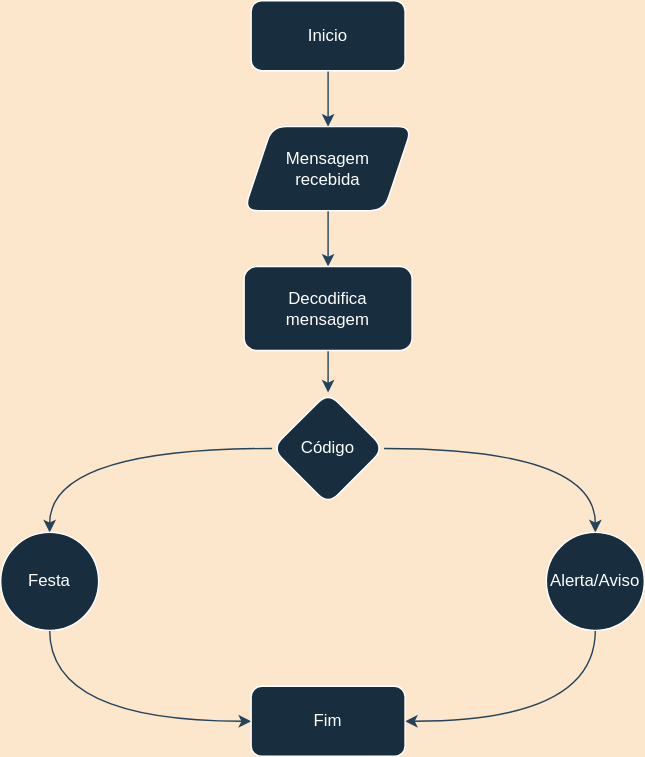
Before: 2022.2/smart_bangle/alg_sem_fio.drawio.svg, a diagram exported from draw.io (teaching-FEEC/ea075). Source tidied: cells renumbered, new cells last; positions are measured from the earlier drawing's top-left corner, leaving out a move shared by most shapes.
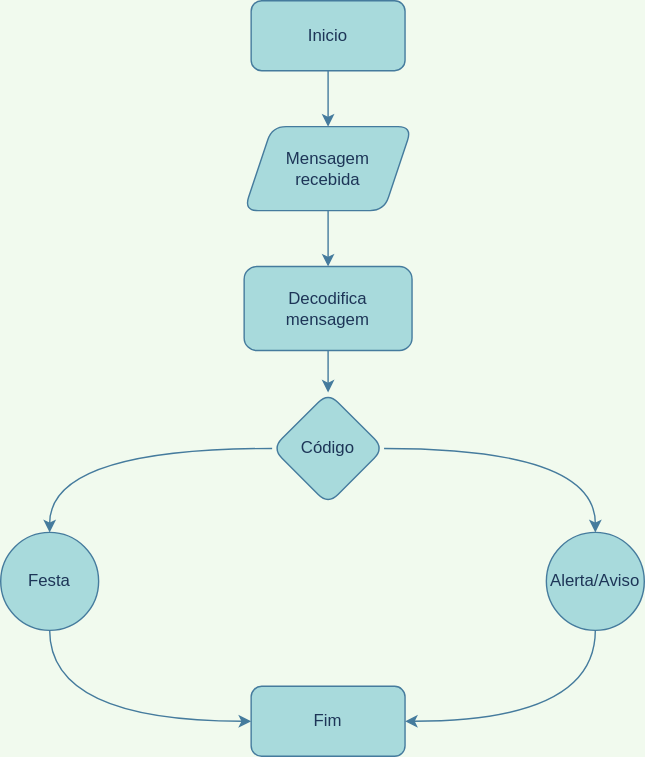
The same diagram one commit later.

Change to the diagram source:
```diff
@@ -1,55 +1,55 @@
-<mxGraphModel background="#FCE7CD">
+<mxGraphModel background="#F1FAEE">
   <root>
     <mxCell id="0" />
     <mxCell id="1" parent="0" />
-    <mxCell id="2" style="edgeStyle=orthogonalEdgeStyle;rounded=1;jettySize=auto;html=1;entryX=0.5;entryY=0;entryDx=0;entryDy=0;strokeColor=#23445D;curved=1;labelBackgroundColor=#FCE7CD;" parent="1" edge="1" source="3" target="5">
+    <mxCell id="2" style="edgeStyle=orthogonalEdgeStyle;rounded=1;jettySize=auto;html=1;entryX=0.5;entryY=0;entryDx=0;entryDy=0;strokeColor=#457B9D;curved=1;labelBackgroundColor=#F1FAEE;fontColor=#1D3557;" parent="1" edge="1" source="3" target="5">
       <mxGeometry relative="1" as="geometry" />
     </mxCell>
-    <mxCell id="3" value="Inicio" style="rounded=1;whiteSpace=wrap;html=1;fillColor=#182E3E;strokeColor=#FFFFFF;fontColor=#FFFFFF;" parent="1" vertex="1">
+    <mxCell id="3" value="Inicio" style="rounded=1;whiteSpace=wrap;html=1;fillColor=#A8DADC;strokeColor=#457B9D;fontColor=#1D3557;" parent="1" vertex="1">
       <mxGeometry x="179" width="110" height="50" as="geometry" />
     </mxCell>
-    <mxCell id="4" style="edgeStyle=orthogonalEdgeStyle;rounded=1;jettySize=auto;html=1;entryX=0.5;entryY=0;entryDx=0;entryDy=0;strokeColor=#23445D;curved=1;labelBackgroundColor=#FCE7CD;" parent="1" edge="1" source="5" target="7">
+    <mxCell id="4" style="edgeStyle=orthogonalEdgeStyle;rounded=1;jettySize=auto;html=1;entryX=0.5;entryY=0;entryDx=0;entryDy=0;strokeColor=#457B9D;curved=1;labelBackgroundColor=#F1FAEE;fontColor=#1D3557;" parent="1" edge="1" source="5" target="7">
       <mxGeometry relative="1" as="geometry" />
     </mxCell>
-    <mxCell id="5" value="Mensagem &lt;br&gt;recebida" style="shape=parallelogram;perimeter=parallelogramPerimeter;whiteSpace=wrap;html=1;fixedSize=1;fillColor=#182E3E;strokeColor=#FFFFFF;fontColor=#FFFFFF;rounded=1;" parent="1" vertex="1">
+    <mxCell id="5" value="Mensagem &lt;br&gt;recebida" style="shape=parallelogram;perimeter=parallelogramPerimeter;whiteSpace=wrap;html=1;fixedSize=1;fillColor=#A8DADC;strokeColor=#457B9D;fontColor=#1D3557;rounded=1;" parent="1" vertex="1">
       <mxGeometry x="174" y="90" width="120" height="60" as="geometry" />
     </mxCell>
-    <mxCell id="6" style="edgeStyle=orthogonalEdgeStyle;rounded=1;jettySize=auto;html=1;entryX=0.5;entryY=0;entryDx=0;entryDy=0;strokeColor=#23445D;curved=1;labelBackgroundColor=#FCE7CD;" parent="1" edge="1" source="7" target="10">
+    <mxCell id="6" style="edgeStyle=orthogonalEdgeStyle;rounded=1;jettySize=auto;html=1;entryX=0.5;entryY=0;entryDx=0;entryDy=0;strokeColor=#457B9D;curved=1;labelBackgroundColor=#F1FAEE;fontColor=#1D3557;" parent="1" edge="1" source="7" target="10">
       <mxGeometry relative="1" as="geometry" />
     </mxCell>
-    <mxCell id="7" value="Decodifica mensagem" style="whiteSpace=wrap;html=1;strokeColor=#FFFFFF;fontColor=#FFFFFF;fillColor=#182E3E;rounded=1;" parent="1" vertex="1">
+    <mxCell id="7" value="Decodifica mensagem" style="whiteSpace=wrap;html=1;strokeColor=#457B9D;fontColor=#1D3557;fillColor=#A8DADC;rounded=1;" parent="1" vertex="1">
       <mxGeometry x="174" y="190" width="120" height="60" as="geometry" />
     </mxCell>
-    <mxCell id="8" style="edgeStyle=orthogonalEdgeStyle;rounded=1;jettySize=auto;html=1;entryX=0.5;entryY=0;entryDx=0;entryDy=0;strokeColor=#23445D;curved=1;labelBackgroundColor=#FCE7CD;" parent="1" edge="1" source="10" target="12">
+    <mxCell id="8" style="edgeStyle=orthogonalEdgeStyle;rounded=1;jettySize=auto;html=1;entryX=0.5;entryY=0;entryDx=0;entryDy=0;strokeColor=#457B9D;curved=1;labelBackgroundColor=#F1FAEE;fontColor=#1D3557;" parent="1" edge="1" source="10" target="12">
       <mxGeometry relative="1" as="geometry" />
     </mxCell>
-    <mxCell id="9" style="edgeStyle=orthogonalEdgeStyle;rounded=1;jettySize=auto;html=1;entryX=0.5;entryY=0;entryDx=0;entryDy=0;strokeColor=#23445D;curved=1;labelBackgroundColor=#FCE7CD;" parent="1" edge="1" source="10" target="14">
+    <mxCell id="9" style="edgeStyle=orthogonalEdgeStyle;rounded=1;jettySize=auto;html=1;entryX=0.5;entryY=0;entryDx=0;entryDy=0;strokeColor=#457B9D;curved=1;labelBackgroundColor=#F1FAEE;fontColor=#1D3557;" parent="1" edge="1" source="10" target="14">
       <mxGeometry relative="1" as="geometry" />
     </mxCell>
-    <mxCell id="10" value="Código" style="rhombus;whiteSpace=wrap;html=1;strokeColor=#FFFFFF;fontColor=#FFFFFF;fillColor=#182E3E;rounded=1;" parent="1" vertex="1">
+    <mxCell id="10" value="Código" style="rhombus;whiteSpace=wrap;html=1;strokeColor=#457B9D;fontColor=#1D3557;fillColor=#A8DADC;rounded=1;" parent="1" vertex="1">
       <mxGeometry x="194" y="280" width="80" height="80" as="geometry" />
     </mxCell>
-    <mxCell id="11" style="edgeStyle=orthogonalEdgeStyle;rounded=1;jettySize=auto;html=1;entryX=1;entryY=0.5;entryDx=0;entryDy=0;strokeColor=#23445D;curved=1;labelBackgroundColor=#FCE7CD;" parent="1" edge="1" source="12" target="15">
+    <mxCell id="11" style="edgeStyle=orthogonalEdgeStyle;rounded=1;jettySize=auto;html=1;entryX=1;entryY=0.5;entryDx=0;entryDy=0;strokeColor=#457B9D;curved=1;labelBackgroundColor=#F1FAEE;fontColor=#1D3557;" parent="1" edge="1" source="12" target="15">
       <mxGeometry relative="1" as="geometry">
         <Array as="points">
           <mxPoint x="425" y="515" />
         </Array>
       </mxGeometry>
     </mxCell>
-    <mxCell id="12" value="Alerta/Aviso" style="ellipse;whiteSpace=wrap;html=1;strokeColor=#FFFFFF;fontColor=#FFFFFF;fillColor=#182E3E;rounded=1;" parent="1" vertex="1">
+    <mxCell id="12" value="Alerta/Aviso" style="ellipse;whiteSpace=wrap;html=1;strokeColor=#457B9D;fontColor=#1D3557;fillColor=#A8DADC;rounded=1;" parent="1" vertex="1">
       <mxGeometry x="390" y="380" width="70" height="70" as="geometry" />
     </mxCell>
-    <mxCell id="13" style="edgeStyle=orthogonalEdgeStyle;rounded=1;jettySize=auto;html=1;entryX=0;entryY=0.5;entryDx=0;entryDy=0;strokeColor=#23445D;curved=1;labelBackgroundColor=#FCE7CD;" parent="1" edge="1" source="14" target="15">
+    <mxCell id="13" style="edgeStyle=orthogonalEdgeStyle;rounded=1;jettySize=auto;html=1;entryX=0;entryY=0.5;entryDx=0;entryDy=0;strokeColor=#457B9D;curved=1;labelBackgroundColor=#F1FAEE;fontColor=#1D3557;" parent="1" edge="1" source="14" target="15">
       <mxGeometry relative="1" as="geometry">
         <Array as="points">
           <mxPoint x="35" y="515" />
         </Array>
       </mxGeometry>
     </mxCell>
-    <mxCell id="14" value="Festa" style="ellipse;whiteSpace=wrap;html=1;strokeColor=#FFFFFF;fontColor=#FFFFFF;fillColor=#182E3E;rounded=1;" parent="1" vertex="1">
+    <mxCell id="14" value="Festa" style="ellipse;whiteSpace=wrap;html=1;strokeColor=#457B9D;fontColor=#1D3557;fillColor=#A8DADC;rounded=1;" parent="1" vertex="1">
       <mxGeometry y="380" width="70" height="70" as="geometry" />
     </mxCell>
-    <mxCell id="15" value="Fim" style="rounded=1;whiteSpace=wrap;html=1;fillColor=#182E3E;strokeColor=#FFFFFF;fontColor=#FFFFFF;" parent="1" vertex="1">
+    <mxCell id="15" value="Fim" style="rounded=1;whiteSpace=wrap;html=1;fillColor=#A8DADC;strokeColor=#457B9D;fontColor=#1D3557;" parent="1" vertex="1">
       <mxGeometry x="179" y="490" width="110" height="50" as="geometry" />
     </mxCell>
   </root>
```
